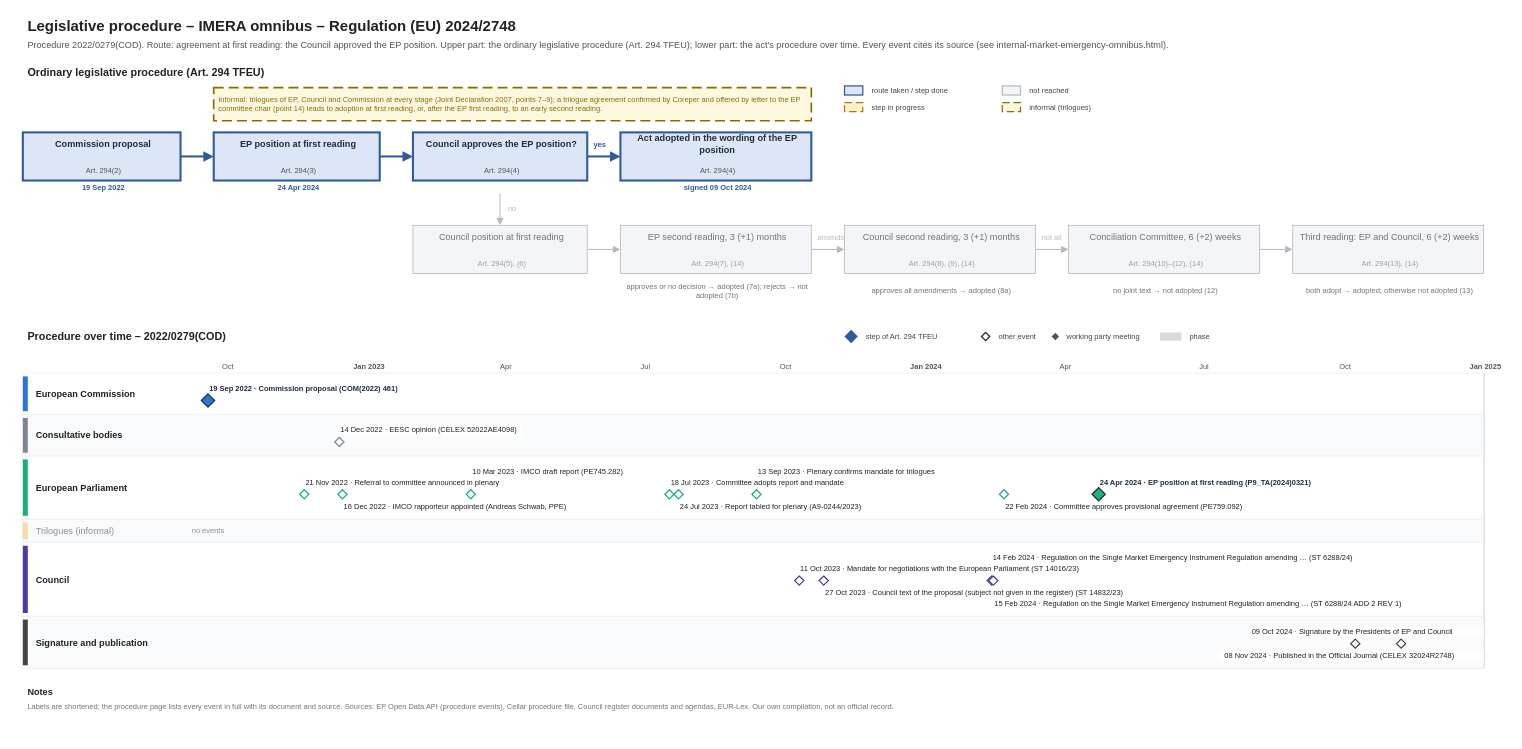
This is procedures/internal-market-emergency-omnibus.drawio from git-z0man/eu-regulation-timeline, a draw.io file, before an edit. Source tidied: cells renumbered, new cells numbered last; positions are measured from the earlier drawing's top-left corner, leaving out a move shared by most shapes. Both pictures are drawn from the tidied source at 83%, with x=0, y=0 at pixel (14, 14).
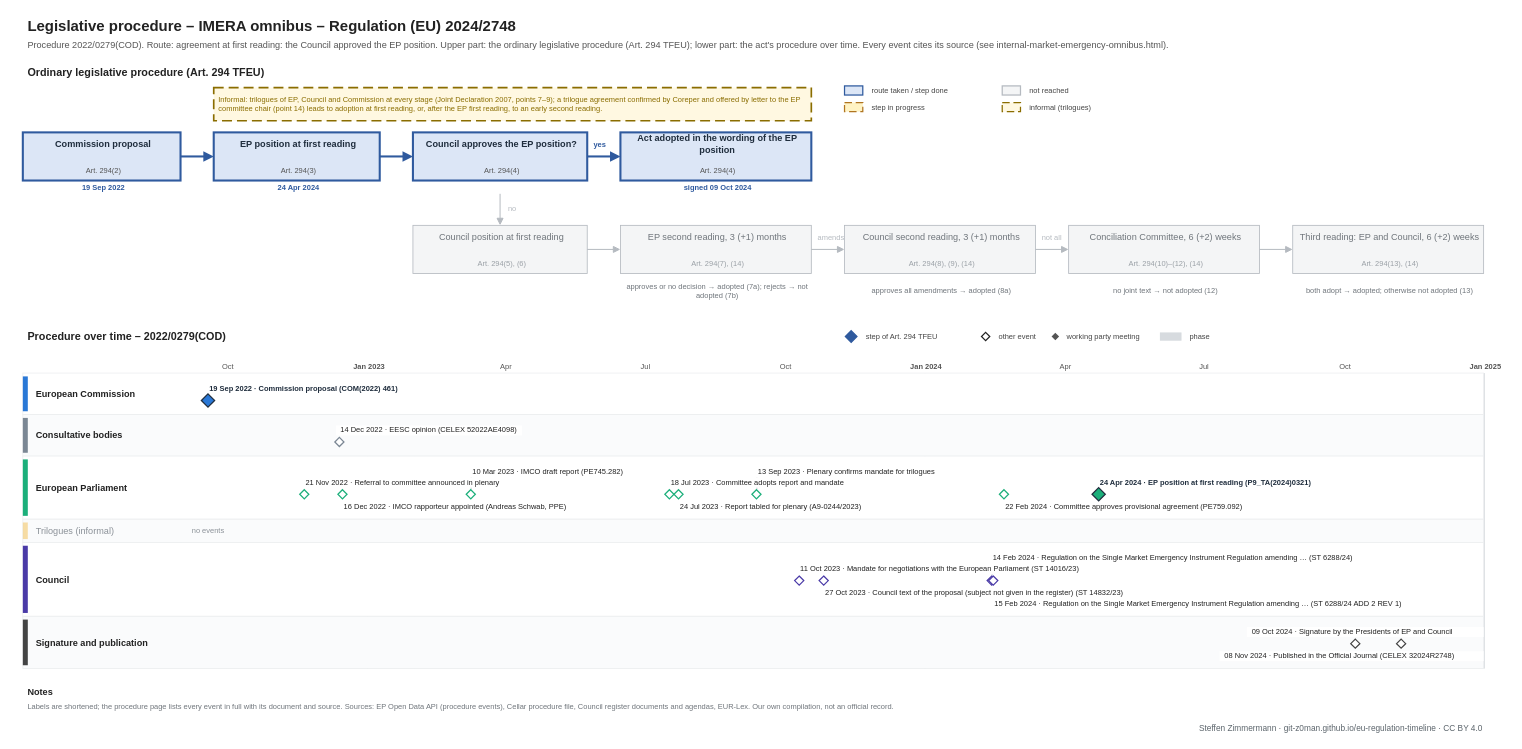
Above is the later version.

Diff of the diagram source:
```diff
@@
+    <mxCell id="166" value="Steffen Zimmermann · git-z0man.github.io/eu-regulation-timeline · CC BY 4.0" style="text;html=1;fontSize=10;fontColor=#5b646b;align=right;verticalAlign=middle;spacingLeft=4;" parent="1" vertex="1">
+      <mxGeometry x="10" y="852" width="1760" height="16" as="geometry" />
+    </mxCell>
```
